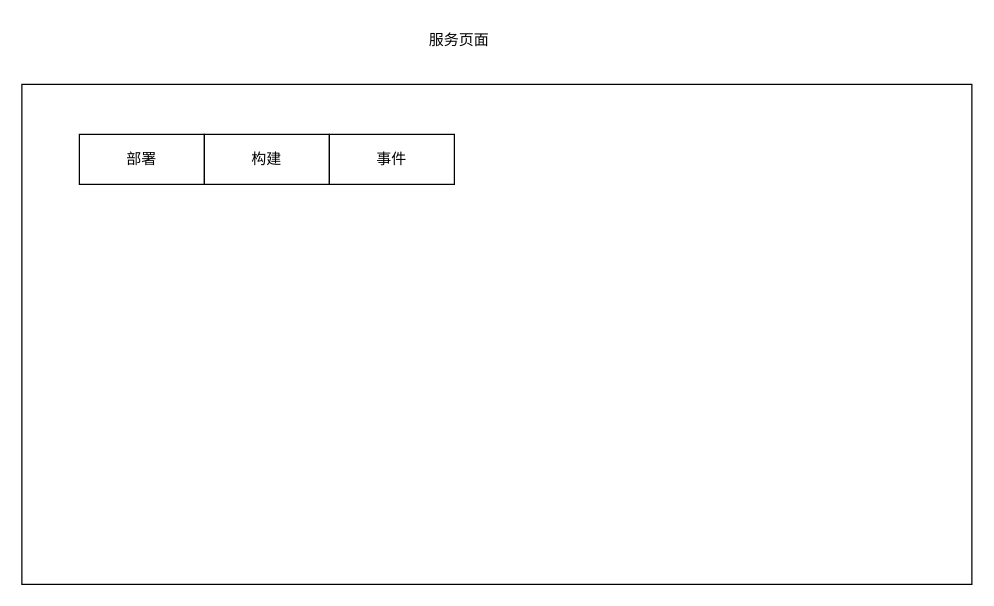
The draw.io diagram docs/ui.drawio in infraboard/mpaas, before the edit. Source tidied: cells renumbered, new cells numbered last; positions are measured from the earlier drawing's top-left corner, leaving out a move shared by most shapes. Both pictures are drawn from the tidied source at 125%, with x=0, y=0 at pixel (21, 21).
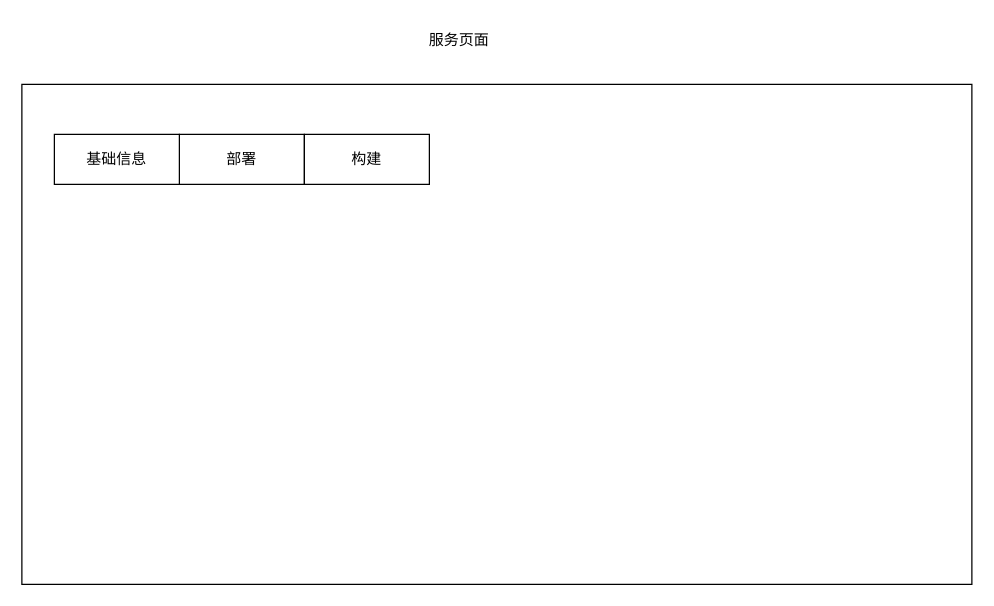
The same page after the edit.

Commit message (it also covers changes not shown here):
补充部署实例图

Diff of the diagram source:
```diff
@@
 <mxGraphModel>
   <root>
     <mxCell id="0" />
     <mxCell id="1" parent="0" />
     <mxCell id="2" style="rounded=0;whiteSpace=wrap;html=1;" parent="1" vertex="1">
       <mxGeometry y="50" width="760" height="400" as="geometry" />
     </mxCell>
     <mxCell id="3" value="服务页面" style="text;html=1;strokeColor=none;fillColor=none;align=center;verticalAlign=middle;whiteSpace=wrap;rounded=0;" parent="1" vertex="1">
       <mxGeometry x="320" width="60" height="30" as="geometry" />
     </mxCell>
     <mxCell id="4" value="部署" style="rounded=0;whiteSpace=wrap;html=1;" parent="1" vertex="1">
-      <mxGeometry x="46" y="90" width="100" height="40" as="geometry" />
+      <mxGeometry x="126" y="90" width="100" height="40" as="geometry" />
     </mxCell>
     <mxCell id="5" value="构建" style="rounded=0;whiteSpace=wrap;html=1;" parent="1" vertex="1">
-      <mxGeometry x="146" y="90" width="100" height="40" as="geometry" />
+      <mxGeometry x="226" y="90" width="100" height="40" as="geometry" />
     </mxCell>
-    <mxCell id="6" value="事件" style="rounded=0;whiteSpace=wrap;html=1;" parent="1" vertex="1">
-      <mxGeometry x="246" y="90" width="100" height="40" as="geometry" />
+    <mxCell id="6" value="基础信息" style="rounded=0;whiteSpace=wrap;html=1;" parent="1" vertex="1">
+      <mxGeometry x="26" y="90" width="100" height="40" as="geometry" />
     </mxCell>
   </root>
 </mxGraphModel>
```
